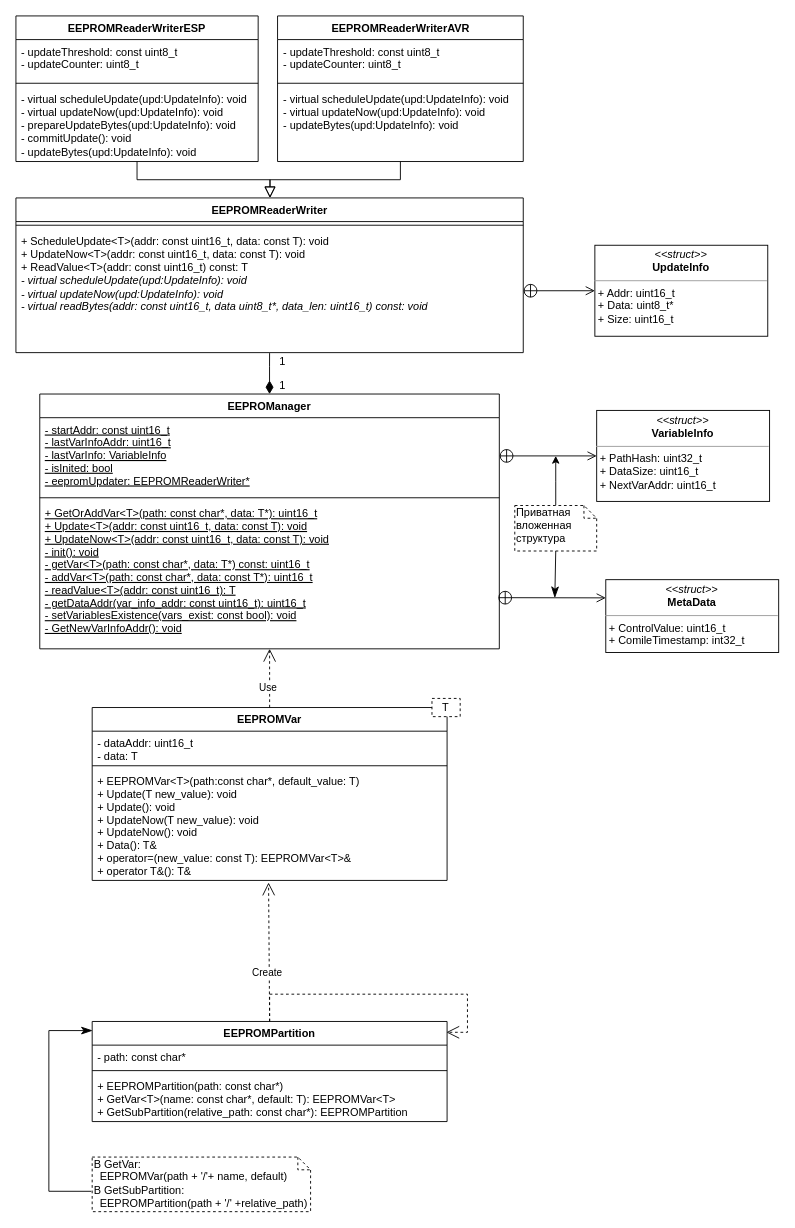
The draw.io diagram report/resources/sources/class-diagram.drawio in almiluk/bachelor_thesis, before the edit. Source tidied: cells renumbered, new cells numbered last; positions are measured from the earlier drawing's top-left corner, leaving out a move shared by most shapes. Both pictures are drawn from the tidied source at 91%, with x=0, y=0 at pixel (15, 15).
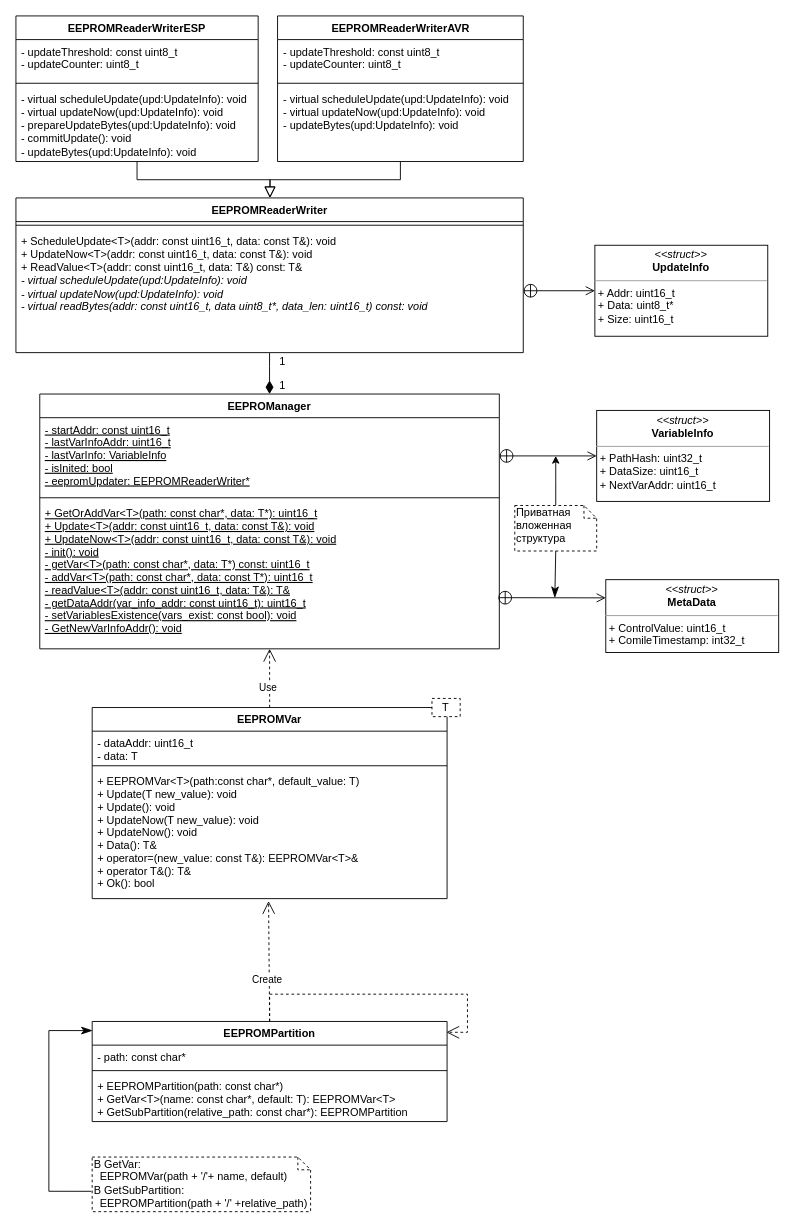
After the change.

Unchanged cells that the change refers to:
```xml
<mxCell id="8" value="EEPROManager" style="swimlane;fontStyle=1;align=center;verticalAlign=top;horizontal=1;startSize=26;" parent="1" vertex="1">
  <mxGeometry x="26.2" y="415.5" width="505" height="280" as="geometry" />
</mxCell>
<mxCell id="26" value="EEPROMReaderWriter" style="swimlane;fontStyle=1;align=center;verticalAlign=top;horizontal=1;startSize=26;whiteSpace=wrap;html=1;" parent="1" vertex="1">
  <mxGeometry y="200" width="557.5" height="170" as="geometry" />
</mxCell>
```

Change to the diagram source:
```diff
@@
     <mxCell id="3" value="EEPROMVar" style="swimlane;fontStyle=1;align=center;verticalAlign=top;horizontal=1;startSize=26;" parent="1" vertex="1">
-      <mxGeometry x="83.8" y="760" width="390" height="190" as="geometry" />
+      <mxGeometry x="83.8" y="760" width="390" height="210" as="geometry" />
     </mxCell>
@@
-    <mxCell id="6" value="+ EEPROMVar&lt;T&gt;(path:const char*, default_value: T)&#10;+ Update(T new_value): void&#10;+ Update(): void&#10;+ UpdateNow(T new_value): void&#10;+ UpdateNow(): void&#10;+ Data(): T&amp;&#10;+ operator=(new_value: const T): EEPROMVar&lt;T&gt;&amp;&#10;+ operator T&amp;(): T&amp;" style="text;strokeColor=none;fillColor=none;align=left;verticalAlign=top;spacingLeft=4;spacingRight=4;overflow=hidden;points=[[0,0.5],[1,0.5]];portConstraint=eastwest;" parent="3" vertex="1">
-      <mxGeometry y="68" width="390" height="122" as="geometry" />
+    <mxCell id="6" value="+ EEPROMVar&lt;T&gt;(path:const char*, default_value: T)&#10;+ Update(T new_value): void&#10;+ Update(): void&#10;+ UpdateNow(T new_value): void&#10;+ UpdateNow(): void&#10;+ Data(): T&amp;&#10;+ operator=(new_value: const T&amp;): EEPROMVar&lt;T&gt;&amp;&#10;+ operator T&amp;(): T&amp;&#10;+ Ok(): bool" style="text;strokeColor=none;fillColor=none;align=left;verticalAlign=top;spacingLeft=4;spacingRight=4;overflow=hidden;points=[[0,0.5],[1,0.5]];portConstraint=eastwest;" parent="3" vertex="1">
+      <mxGeometry y="68" width="390" height="142" as="geometry" />
     </mxCell>
@@
-    <mxCell id="11" value="+ GetOrAddVar&lt;T&gt;(path: const char*, data: T*): uint16_t&#10;+ Update&lt;T&gt;(addr: const uint16_t, data: const T): void&#10;+ UpdateNow&lt;T&gt;(addr: const uint16_t, data: const T): void&#10;- init(): void&#10;- getVar&lt;T&gt;(path: const char*, data: T*) const: uint16_t&#10;- addVar&lt;T&gt;(path: const char*, data: const T*): uint16_t&#10;- readValue&lt;T&gt;(addr: const uint16_t): T&#10;- getDataAddr(var_info_addr: const uint16_t): uint16_t&#10;- setVariablesExistence(vars_exist: const bool): void&#10;- GetNewVarInfoAddr(): void" style="text;strokeColor=none;fillColor=none;align=left;verticalAlign=top;spacingLeft=4;spacingRight=4;overflow=hidden;points=[[0,0.5],[1,0.5]];portConstraint=eastwest;fontStyle=4;" parent="8" vertex="1">
+    <mxCell id="11" value="+ GetOrAddVar&lt;T&gt;(path: const char*, data: T*): uint16_t&#10;+ Update&lt;T&gt;(addr: const uint16_t, data: const T&amp;): void&#10;+ UpdateNow&lt;T&gt;(addr: const uint16_t, data: const T&amp;): void&#10;- init(): void&#10;- getVar&lt;T&gt;(path: const char*, data: T*) const: uint16_t&#10;- addVar&lt;T&gt;(path: const char*, data: const T*): uint16_t&#10;- readValue&lt;T&gt;(addr: const uint16_t, data: T&amp;): T&amp;&#10;- getDataAddr(var_info_addr: const uint16_t): uint16_t&#10;- setVariablesExistence(vars_exist: const bool): void&#10;- GetNewVarInfoAddr(): void" style="text;strokeColor=none;fillColor=none;align=left;verticalAlign=top;spacingLeft=4;spacingRight=4;overflow=hidden;points=[[0,0.5],[1,0.5]];portConstraint=eastwest;fontStyle=4;" parent="8" vertex="1">
       <mxGeometry y="118" width="505" height="162" as="geometry" />
     </mxCell>
@@
-    <mxCell id="28" value="+ ScheduleUpdate&amp;lt;T&amp;gt;(addr: const uint16_t, data: const T): void&lt;br&gt;+ UpdateNow&amp;lt;T&amp;gt;(addr: const uint16_t, data: const T): void&lt;br style=&quot;border-color: var(--border-color); padding: 0px; margin: 0px;&quot;&gt;+ ReadValue&amp;lt;T&amp;gt;(addr: const uint16_t) const: T&lt;br&gt;&lt;i&gt;- virtual scheduleUpdate(upd:UpdateInfo): void&lt;br style=&quot;border-color: var(--border-color);&quot;&gt;- virtual updateNow(upd:UpdateInfo): void&lt;br&gt;- virtual readBytes(addr: const uint16_t, data uint8_t*, data_len: uint16_t) const: void&lt;/i&gt;" style="text;strokeColor=none;fillColor=none;align=left;verticalAlign=top;spacingLeft=4;spacingRight=4;overflow=hidden;points=[[0,0.5],[1,0.5]];portConstraint=eastwest;whiteSpace=wrap;html=1;" parent="26" vertex="1">
+    <mxCell id="28" value="+ ScheduleUpdate&amp;lt;T&amp;gt;(addr: const uint16_t, data: const T&amp;amp;): void&lt;br&gt;+ UpdateNow&amp;lt;T&amp;gt;(addr: const uint16_t, data: const T&amp;amp;): void&lt;br style=&quot;border-color: var(--border-color); padding: 0px; margin: 0px;&quot;&gt;+ ReadValue&amp;lt;T&amp;gt;(addr: const uint16_t, data: T&amp;amp;) const: T&amp;amp;&lt;br&gt;&lt;i&gt;- virtual scheduleUpdate(upd:UpdateInfo): void&lt;br style=&quot;border-color: var(--border-color);&quot;&gt;- virtual updateNow(upd:UpdateInfo): void&lt;br&gt;- virtual readBytes(addr: const uint16_t, data uint8_t*, data_len: uint16_t) const: void&lt;/i&gt;" style="text;strokeColor=none;fillColor=none;align=left;verticalAlign=top;spacingLeft=4;spacingRight=4;overflow=hidden;points=[[0,0.5],[1,0.5]];portConstraint=eastwest;whiteSpace=wrap;html=1;" parent="26" vertex="1">
       <mxGeometry y="34" width="557.5" height="136" as="geometry" />
     </mxCell>
```
